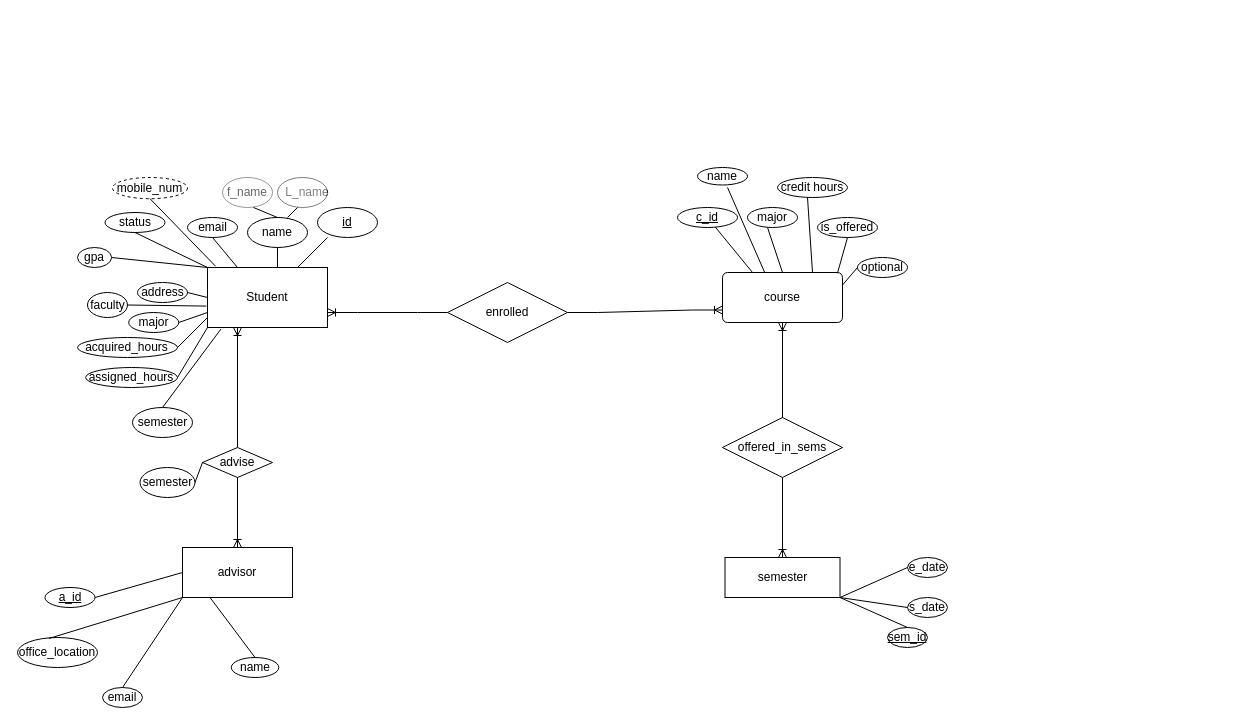
The draw.io diagram Untitled Diagram.drawio in moali7061/school_system, before the edit. Source tidied: cells renumbered, new cells numbered last; positions are measured from the earlier drawing's top-left corner, leaving out a move shared by most shapes. Both pictures are drawn from the tidied source at 100%, with x=0, y=0 at pixel (17, 167).
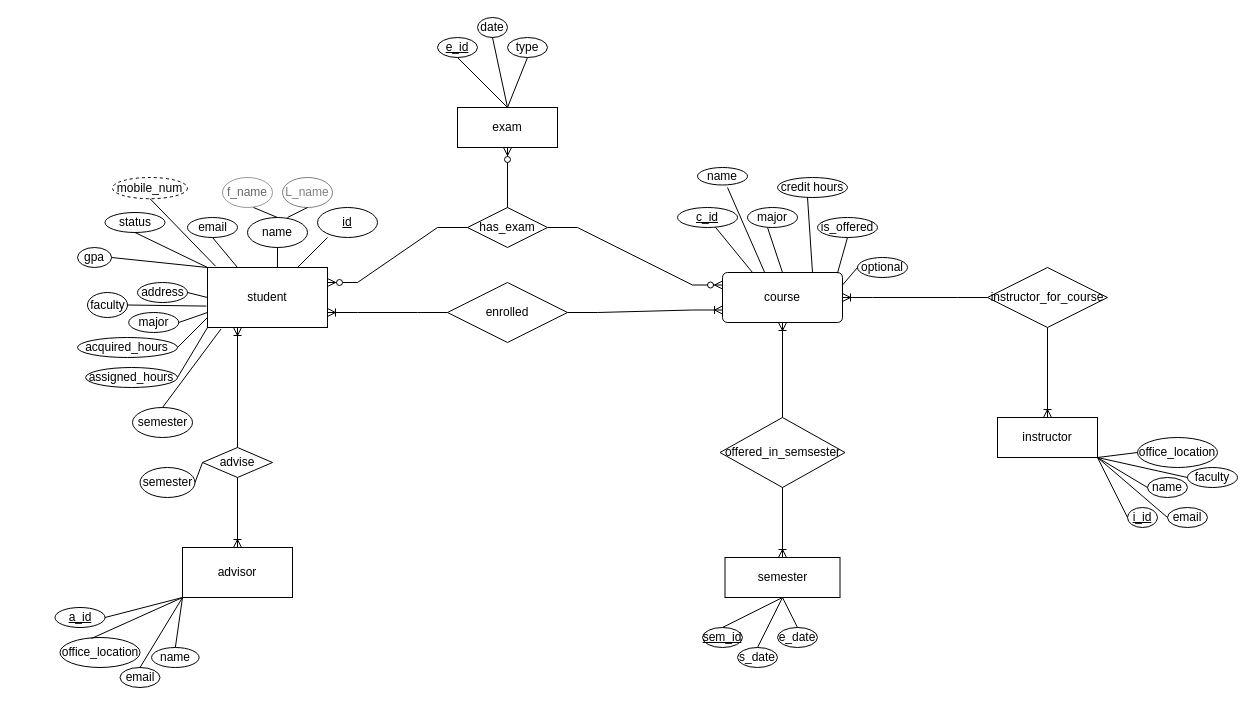
After the change.

Unchanged cells that the change refers to:
```xml
<mxCell id="3" style="rounded=0;whiteSpace=wrap;html=1;" parent="1" vertex="1">
  <mxGeometry x="190" y="100" width="120" height="60" as="geometry" />
</mxCell>
<mxCell id="42" value="course" style="rounded=1;arcSize=10;whiteSpace=wrap;html=1;align=center;" parent="1" vertex="1">
  <mxGeometry x="705" y="105" width="120" height="50" as="geometry" />
</mxCell>
<mxCell id="58" value="semester" style="whiteSpace=wrap;html=1;align=center;" parent="1" vertex="1">
  <mxGeometry x="707.5" y="390" width="115" height="40" as="geometry" />
</mxCell>
<mxCell id="68" value="advisor" style="whiteSpace=wrap;html=1;align=center;" parent="1" vertex="1">
  <mxGeometry x="165" y="380" width="110" height="50" as="geometry" />
</mxCell>
```

The edit, as a diff of the source:
```diff
@@
-    <mxCell id="4" value="Student" style="text;html=1;align=center;verticalAlign=middle;whiteSpace=wrap;rounded=0;" parent="1" vertex="1">
+    <mxCell id="4" value="student" style="text;html=1;align=center;verticalAlign=middle;whiteSpace=wrap;rounded=0;" parent="1" vertex="1">
       <mxGeometry x="220" y="115" width="60" height="30" as="geometry" />
     </mxCell>
@@
     <mxCell id="13" style="ellipse;whiteSpace=wrap;html=1;opacity=50;" parent="1" vertex="1">
-      <mxGeometry x="260" y="10" width="50" height="30" as="geometry" />
+      <mxGeometry x="265" y="10" width="50" height="30" as="geometry" />
     </mxCell>
@@
-    <mxCell id="15" style="endArrow=none;html=1;rounded=0;" parent="1" edge="1">
+    <mxCell id="15" style="endArrow=none;html=1;rounded=0;entryX=0.5;entryY=1;entryDx=0;entryDy=0;" parent="1" edge="1" target="13">
       <mxGeometry relative="1" as="geometry">
         <mxPoint x="270" y="50" as="sourcePoint" />
-        <mxPoint x="280" y="40" as="targetPoint" />
       </mxGeometry>
     </mxCell>
@@
     <mxCell id="59" value="&lt;u&gt;sem_id&lt;/u&gt;" style="ellipse;whiteSpace=wrap;html=1;align=center;" parent="1" vertex="1">
-      <mxGeometry x="870" y="460" width="40" height="20" as="geometry" />
+      <mxGeometry x="685" y="460" width="40" height="20" as="geometry" />
     </mxCell>
     <mxCell id="60" value="s_date" style="ellipse;whiteSpace=wrap;html=1;align=center;" parent="1" vertex="1">
-      <mxGeometry x="890" y="430" width="40" height="20" as="geometry" />
+      <mxGeometry x="720" y="480" width="40" height="20" as="geometry" />
     </mxCell>
     <mxCell id="61" value="e_date" style="ellipse;whiteSpace=wrap;html=1;align=center;" parent="1" vertex="1">
-      <mxGeometry x="890" y="390" width="40" height="20" as="geometry" />
+      <mxGeometry x="760" y="460" width="40" height="20" as="geometry" />
     </mxCell>
-    <mxCell id="62" style="endArrow=none;html=1;rounded=0;entryX=1;entryY=1;entryDx=0;entryDy=0;exitX=0.5;exitY=0;exitDx=0;exitDy=0;" parent="1" edge="1" source="59" target="58">
-      <mxGeometry relative="1" as="geometry" />
+    <mxCell id="62" style="endArrow=none;html=1;rounded=0;exitX=0.5;exitY=0;exitDx=0;exitDy=0;" parent="1" edge="1" source="59">
+      <mxGeometry relative="1" as="geometry">
+        <mxPoint x="765" y="430" as="targetPoint" />
+      </mxGeometry>
     </mxCell>
-    <mxCell id="63" style="endArrow=none;html=1;rounded=0;entryX=1;entryY=1;entryDx=0;entryDy=0;exitX=0;exitY=0.5;exitDx=0;exitDy=0;" parent="1" edge="1" source="60" target="58">
+    <mxCell id="63" style="endArrow=none;html=1;rounded=0;entryX=0.5;entryY=1;entryDx=0;entryDy=0;exitX=0.5;exitY=0;exitDx=0;exitDy=0;" parent="1" edge="1" source="60" target="58">
       <mxGeometry relative="1" as="geometry" />
     </mxCell>
-    <mxCell id="64" style="endArrow=none;html=1;rounded=0;entryX=1;entryY=1;entryDx=0;entryDy=0;exitX=0;exitY=0.5;exitDx=0;exitDy=0;" parent="1" edge="1" source="61" target="58">
+    <mxCell id="64" style="endArrow=none;html=1;rounded=0;entryX=0.5;entryY=1;entryDx=0;entryDy=0;exitX=0.5;exitY=0;exitDx=0;exitDy=0;" parent="1" edge="1" source="61" target="58">
       <mxGeometry relative="1" as="geometry" />
     </mxCell>
-    <mxCell id="65" value="offered_in_sems" style="shape=rhombus;perimeter=rhombusPerimeter;whiteSpace=wrap;html=1;align=center;" parent="1" vertex="1">
-      <mxGeometry x="705" y="250" width="120" height="60" as="geometry" />
+    <mxCell id="65" value="offered_in_semsester" style="shape=rhombus;perimeter=rhombusPerimeter;whiteSpace=wrap;html=1;align=center;" parent="1" vertex="1">
+      <mxGeometry x="702.5" y="250" width="125" height="70" as="geometry" />
     </mxCell>
@@
     <mxCell id="69" value="&lt;u&gt;a_id&lt;/u&gt;" style="ellipse;whiteSpace=wrap;html=1;align=center;" parent="1" vertex="1">
-      <mxGeometry x="27.5" y="420" width="50" height="20" as="geometry" />
+      <mxGeometry x="37.5" y="440" width="50" height="20" as="geometry" />
     </mxCell>
     <mxCell id="70" value="email" style="ellipse;whiteSpace=wrap;html=1;align=center;" parent="1" vertex="1">
-      <mxGeometry x="85" y="520" width="40" height="20" as="geometry" />
+      <mxGeometry x="102.5" y="500" width="40" height="20" as="geometry" />
     </mxCell>
     <mxCell id="71" value="name" style="ellipse;whiteSpace=wrap;html=1;align=center;" parent="1" vertex="1">
-      <mxGeometry x="213.8" y="490" width="47.5" height="20" as="geometry" />
+      <mxGeometry x="134.1" y="480" width="47.5" height="20" as="geometry" />
     </mxCell>
     <mxCell id="72" value="office_location" style="ellipse;whiteSpace=wrap;html=1;align=center;" parent="1" vertex="1">
-      <mxGeometry y="470" width="80" height="30" as="geometry" />
+      <mxGeometry x="42.5" y="470" width="80" height="30" as="geometry" />
     </mxCell>
-    <mxCell id="73" style="endArrow=none;html=1;rounded=0;exitX=1;exitY=0.5;exitDx=0;exitDy=0;entryX=0;entryY=0.5;entryDx=0;entryDy=0;" parent="1" edge="1" source="69" target="68">
+    <mxCell id="73" style="endArrow=none;html=1;rounded=0;exitX=1;exitY=0.5;exitDx=0;exitDy=0;entryX=0;entryY=1;entryDx=0;entryDy=0;" parent="1" edge="1" source="69" target="68">
       <mxGeometry relative="1" as="geometry" />
     </mxCell>
@@
-    <mxCell id="76" style="endArrow=none;html=1;rounded=0;exitX=0.5;exitY=0;exitDx=0;exitDy=0;entryX=0.25;entryY=1;entryDx=0;entryDy=0;" parent="1" edge="1" source="71" target="68">
+    <mxCell id="76" style="endArrow=none;html=1;rounded=0;entryX=0;entryY=1;entryDx=0;entryDy=0;exitX=0.5;exitY=0;exitDx=0;exitDy=0;" parent="1" edge="1" source="71" target="68">
       <mxGeometry relative="1" as="geometry" />
     </mxCell>
@@
+    <mxCell id="85" value="instructor" style="whiteSpace=wrap;html=1;align=center;" parent="1" vertex="1">
+      <mxGeometry x="980" y="250" width="100" height="40" as="geometry" />
+    </mxCell>
+    <mxCell id="86" value="&lt;u&gt;i_id&lt;/u&gt;" style="ellipse;whiteSpace=wrap;html=1;align=center;" parent="1" vertex="1">
+      <mxGeometry x="1110" y="340" width="30" height="20" as="geometry" />
+    </mxCell>
+    <mxCell id="87" value="email" style="ellipse;whiteSpace=wrap;html=1;align=center;" parent="1" vertex="1">
+      <mxGeometry x="1150" y="340" width="40" height="20" as="geometry" />
+    </mxCell>
+    <mxCell id="88" value="name" style="ellipse;whiteSpace=wrap;html=1;align=center;" parent="1" vertex="1">
+      <mxGeometry x="1130" y="310" width="40" height="20" as="geometry" />
+    </mxCell>
+    <mxCell id="89" value="faculty" style="ellipse;whiteSpace=wrap;html=1;align=center;" parent="1" vertex="1">
+      <mxGeometry x="1170" y="300" width="50" height="20" as="geometry" />
+    </mxCell>
+    <mxCell id="90" value="office_location" style="ellipse;whiteSpace=wrap;html=1;align=center;" parent="1" vertex="1">
+      <mxGeometry x="1120" y="270" width="80" height="30" as="geometry" />
+    </mxCell>
+    <mxCell id="91" style="endArrow=none;html=1;rounded=0;entryX=0;entryY=0.5;entryDx=0;entryDy=0;exitX=1;exitY=1;exitDx=0;exitDy=0;" parent="1" edge="1" source="85" target="86">
+      <mxGeometry relative="1" as="geometry" />
+    </mxCell>
+    <mxCell id="92" style="endArrow=none;html=1;rounded=0;entryX=0;entryY=0.5;entryDx=0;entryDy=0;exitX=1;exitY=1;exitDx=0;exitDy=0;" parent="1" edge="1" source="85" target="87">
+      <mxGeometry relative="1" as="geometry" />
+    </mxCell>
+    <mxCell id="93" style="endArrow=none;html=1;rounded=0;entryX=0;entryY=0.5;entryDx=0;entryDy=0;exitX=1;exitY=1;exitDx=0;exitDy=0;" parent="1" edge="1" source="85" target="88">
+      <mxGeometry relative="1" as="geometry" />
+    </mxCell>
+    <mxCell id="94" style="endArrow=none;html=1;rounded=0;entryX=0;entryY=0.5;entryDx=0;entryDy=0;exitX=1;exitY=1;exitDx=0;exitDy=0;" parent="1" edge="1" source="85" target="89">
+      <mxGeometry relative="1" as="geometry" />
+    </mxCell>
+    <mxCell id="95" style="endArrow=none;html=1;rounded=0;entryX=0;entryY=0.5;entryDx=0;entryDy=0;exitX=1;exitY=1;exitDx=0;exitDy=0;" parent="1" edge="1" source="85" target="90">
+      <mxGeometry relative="1" as="geometry" />
+    </mxCell>
+    <mxCell id="96" value="instructor_for_course" style="shape=rhombus;perimeter=rhombusPerimeter;whiteSpace=wrap;html=1;align=center;" parent="1" vertex="1">
+      <mxGeometry x="970" y="100" width="120" height="60" as="geometry" />
+    </mxCell>
+    <mxCell id="97" style="edgeStyle=entityRelationEdgeStyle;fontSize=12;html=1;endArrow=ERoneToMany;rounded=0;entryX=1;entryY=0.5;entryDx=0;entryDy=0;exitX=0;exitY=0.5;exitDx=0;exitDy=0;" parent="1" edge="1" source="96" target="42">
+      <mxGeometry relative="1" as="geometry" />
+    </mxCell>
+    <mxCell id="98" style="fontSize=12;html=1;endArrow=ERoneToMany;rounded=0;exitX=0.5;exitY=1;exitDx=0;exitDy=0;entryX=0.5;entryY=0;entryDx=0;entryDy=0;" parent="1" edge="1" source="96" target="85">
+      <mxGeometry relative="1" as="geometry" />
+    </mxCell>
+    <mxCell id="99" value="exam" style="whiteSpace=wrap;html=1;align=center;" parent="1" vertex="1">
+      <mxGeometry x="440" y="-60" width="100" height="40" as="geometry" />
+    </mxCell>
+    <mxCell id="100" value="&lt;u&gt;e_id&lt;/u&gt;" style="ellipse;whiteSpace=wrap;html=1;align=center;" parent="1" vertex="1">
+      <mxGeometry x="420" y="-130" width="40" height="20" as="geometry" />
+    </mxCell>
+    <mxCell id="101" value="date" style="ellipse;whiteSpace=wrap;html=1;align=center;" parent="1" vertex="1">
+      <mxGeometry x="460" y="-150" width="30" height="20" as="geometry" />
+    </mxCell>
+    <mxCell id="102" value="type" style="ellipse;whiteSpace=wrap;html=1;align=center;" parent="1" vertex="1">
+      <mxGeometry x="490" y="-130" width="40" height="20" as="geometry" />
+    </mxCell>
+    <mxCell id="103" style="endArrow=none;html=1;rounded=0;entryX=0.5;entryY=1;entryDx=0;entryDy=0;exitX=0.5;exitY=0;exitDx=0;exitDy=0;" parent="1" edge="1" source="99" target="100">
+      <mxGeometry relative="1" as="geometry" />
+    </mxCell>
+    <mxCell id="104" style="endArrow=none;html=1;rounded=0;entryX=0.5;entryY=1;entryDx=0;entryDy=0;exitX=0.5;exitY=0;exitDx=0;exitDy=0;" parent="1" edge="1" source="99" target="101">
+      <mxGeometry relative="1" as="geometry" />
+    </mxCell>
+    <mxCell id="105" style="endArrow=none;html=1;rounded=0;entryX=0.5;entryY=1;entryDx=0;entryDy=0;exitX=0.5;exitY=0;exitDx=0;exitDy=0;" parent="1" edge="1" source="99" target="102">
+      <mxGeometry relative="1" as="geometry" />
+    </mxCell>
+    <mxCell id="106" value="has_exam" style="shape=rhombus;perimeter=rhombusPerimeter;whiteSpace=wrap;html=1;align=center;" parent="1" vertex="1">
+      <mxGeometry x="450" y="40" width="80" height="40" as="geometry" />
+    </mxCell>
+    <mxCell id="107" style="edgeStyle=entityRelationEdgeStyle;fontSize=12;html=1;endArrow=ERzeroToMany;endFill=1;rounded=0;exitX=0;exitY=0.5;exitDx=0;exitDy=0;entryX=1;entryY=0.25;entryDx=0;entryDy=0;" parent="1" edge="1" source="106" target="3">
+      <mxGeometry relative="1" as="geometry" />
+    </mxCell>
+    <mxCell id="108" style="fontSize=12;html=1;endArrow=ERzeroToMany;endFill=1;rounded=0;entryX=0.5;entryY=1;entryDx=0;entryDy=0;exitX=0.5;exitY=0;exitDx=0;exitDy=0;" parent="1" edge="1" source="106" target="99">
+      <mxGeometry relative="1" as="geometry" />
+    </mxCell>
+    <mxCell id="109" style="edgeStyle=entityRelationEdgeStyle;fontSize=12;html=1;endArrow=ERzeroToMany;endFill=1;rounded=0;exitX=1;exitY=0.5;exitDx=0;exitDy=0;entryX=0;entryY=0.25;entryDx=0;entryDy=0;" parent="1" edge="1" source="106" target="42">
+      <mxGeometry relative="1" as="geometry" />
+    </mxCell>
```
